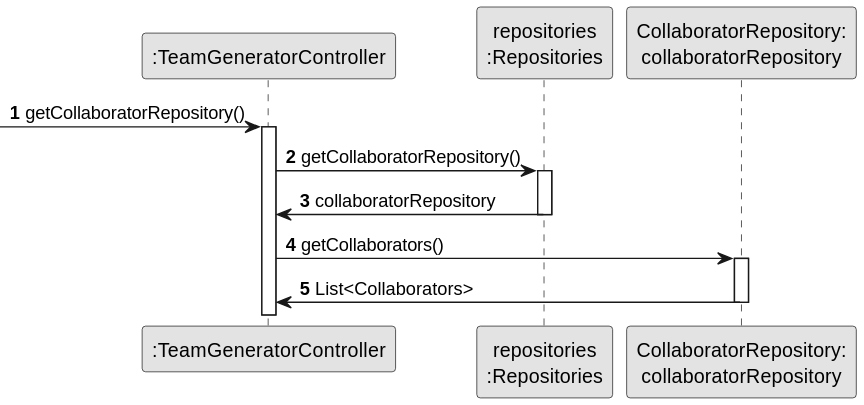
This is docs/sprint2/us005/03.design/svg/us005-sequence-diagram-partial-get-collaborators.svg from tiagosoa/lei-24-s2-1dgh-g073, a PlantUML export, as it was before one commit. Its diagram source:
```plantuml
@startuml
skinparam monochrome true
skinparam packageStyle rectangle
skinparam shadowing false

autonumber

participant ":TeamGeneratorController" as CTRL

participant "repositories\n:Repositories" as PLAT

participant "CollaboratorRepository:\ncollaboratorRepository" as CR




            -> CTRL : getCollaboratorRepository()
            activate CTRL


            CTRL -> PLAT : getCollaboratorRepository()
                activate PLAT

            PLAT -> CTRL : collaboratorRepository
            deactivate PLAT

            CTRL -> CR : getCollaborators()
            activate CR

            CR -> CTRL : List<Collaborators>
            deactivate CR
@enduml
```
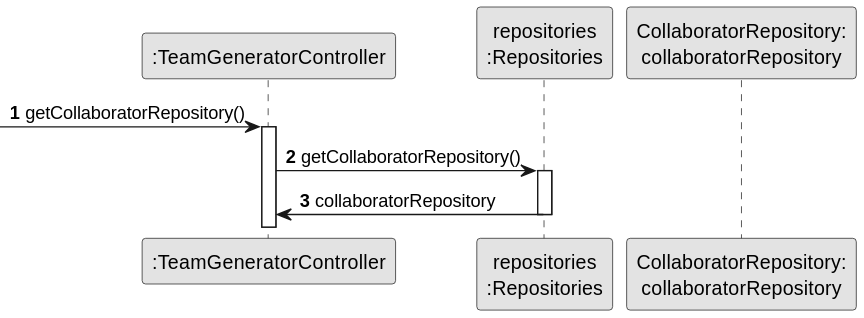
Above is the later version.

The edit, as a diff of the source:
```diff
@@ -23,10 +23,4 @@
 
             PLAT -> CTRL : collaboratorRepository
             deactivate PLAT
-
-            CTRL -> CR : getCollaborators()
-            activate CR
-
-            CR -> CTRL : List<Collaborators>
-            deactivate CR
 @enduml
```
